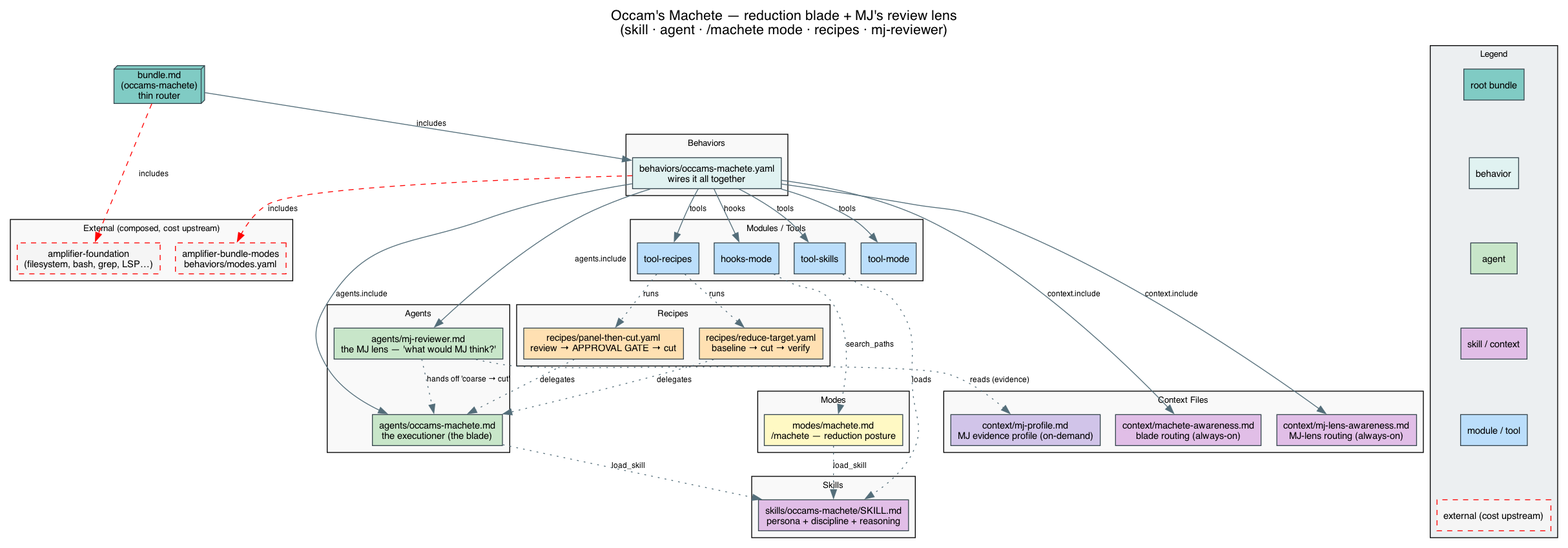
Earlier version of the Graphviz export bundle.png (michaeljabbour/amplifier-bundle-mj). Its source is kept beside it as bundle.dot.
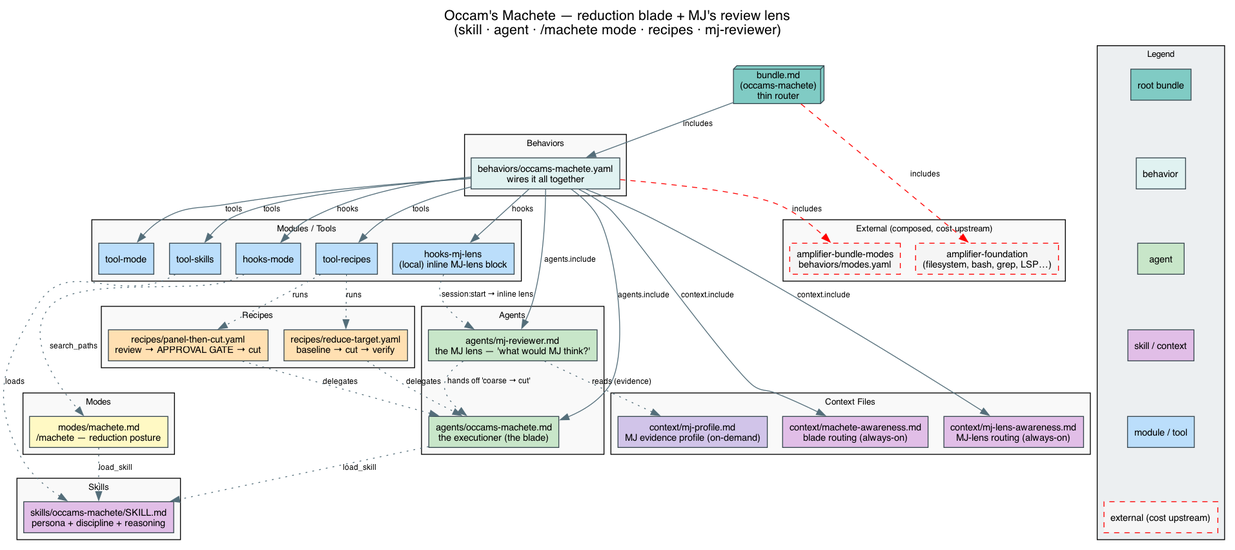
After the commit.

Commit message:
feat: ship the verified hooks-mj-lens module + ground the MJ profile in MJ's own writing

Diff of the diagram source:
```diff
@@ -1,6 +1,6 @@
 digraph occams_machete {
   rankdir=TB;
-  graph [source_hash="240b868f928fb8a4", fontname="Helvetica", labelloc="t",
+  graph [source_hash="f6c32851b2ecf7c1", fontname="Helvetica", labelloc="t",
          label="Occam's Machete — reduction blade + MJ's review lens\n(skill · agent · /machete mode · recipes · mj-reviewer)", fontsize=16, bgcolor="white"];
   node  [fontname="Helvetica", fontsize=11, style="filled", shape="box", color="#37474f"];
   edge  [fontname="Helvetica", fontsize=9, color="#546e7a"];
@@ -46,6 +46,7 @@
     t_mode    [label="tool-mode",    fillcolor="#bbdefb"];
     h_mode    [label="hooks-mode",   fillcolor="#bbdefb"];
     t_recipes [label="tool-recipes", fillcolor="#bbdefb"];
+    h_mjlens  [label="hooks-mj-lens\n(local) inline MJ-lens block", fillcolor="#bbdefb"];
   }
 
   root -> foundation [style="dashed", color="red", label="includes"];
@@ -59,6 +60,7 @@
   behavior -> t_skills  [label="tools"];
   behavior -> t_mode    [label="tools"];
   behavior -> h_mode    [label="hooks"];
+  behavior -> h_mjlens  [label="hooks"];
   behavior -> t_recipes [label="tools"];
 
   t_skills  -> skill [style="dotted", label="loads"];
@@ -69,6 +71,7 @@
   agent -> skill [style="dotted", label="load_skill"];
   mode  -> skill [style="dotted", label="load_skill"];
   mjrev -> mjprofile [style="dotted", label="reads (evidence)"];
+  h_mjlens -> mjrev [style="dotted", label="session:start → inline lens"];
   mjrev -> agent     [style="dotted", label="hands off 'coarse → cut'"];
   r_reduce -> agent [style="dotted", label="delegates"];
   r_panel  -> agent [style="dotted", label="delegates"];
```
